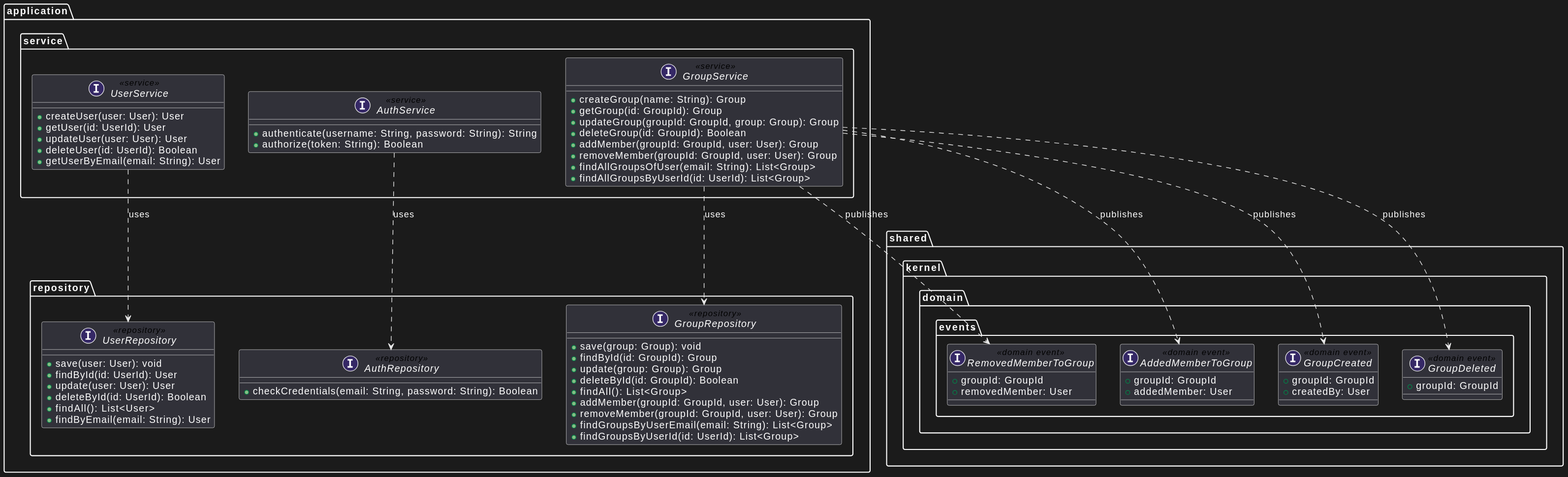
Earlier version of the PlantUML export res/user-group-service-application-dark.svg (position-pal/position-pal.github.io). Its diagram source:
```plantuml
@startuml
package application {
  package repository {
    interface UserRepository <<repository>> {
      + save(user: User): void
      + findById(id: UserId): User
      + update(user: User): User
      + deleteById(id: UserId): Boolean
      + findAll(): List<User>
      + findByEmail(email: String): User
    }
    interface GroupRepository <<repository>> {
      + save(group: Group): void
      + findById(id: GroupId): Group
      + update(group: Group): Group
      + deleteById(id: GroupId): Boolean
      + findAll(): List<Group>
      + addMember(groupId: GroupId, user: User): Group
      + removeMember(groupId: GroupId, user: User): Group
      + findGroupsByUserEmail(email: String): List<Group>
      + findGroupsByUserId(id: UserId): List<Group>
    }
    interface AuthRepository <<repository>> {
      + checkCredentials(email: String, password: String): Boolean
    }
  }

  package service {
    interface UserService <<service>> {
      + createUser(user: User): User
      + getUser(id: UserId): User
      + updateUser(user: User): User
      + deleteUser(id: UserId): Boolean
      + getUserByEmail(email: String): User
    }
    interface GroupService <<service>> {
      + createGroup(name: String): Group
      + getGroup(id: GroupId): Group
      + updateGroup(groupId: GroupId, group: Group): Group
      + deleteGroup(id: GroupId): Boolean
      + addMember(groupId: GroupId, user: User): Group
      + removeMember(groupId: GroupId, user: User): Group
      + findAllGroupsOfUser(email: String): List<Group>
      + findAllGroupsByUserId(id: UserId): List<Group>
    }
    interface AuthService <<service>> {
      + authenticate(username: String, password: String): String
      + authorize(token: String): Boolean
    }
  }
}

package shared.kernel.domain.events {
    interface AddedMemberToGroup <<domain event>> {
        + groupId: GroupId
        + addedMember: User
    }
    interface GroupCreated <<domain event>> {
        + groupId: GroupId
        + createdBy: User
    }
    interface GroupDeleted <<domain event>> {
        + groupId: GroupId
    }
    interface RemovedMemberToGroup <<domain event>> {
        + groupId: GroupId
        + removedMember: User
    }
}

  application.service.UserService ..> application.repository.UserRepository : uses
  application.service.GroupService ..> application.repository.GroupRepository : uses
  application.service.AuthService ..> application.repository.AuthRepository : uses
  application.service.GroupService ..> shared.kernel.domain.events.GroupDeleted : publishes
  application.service.GroupService ..> shared.kernel.domain.events.GroupCreated : publishes
  application.service.GroupService ..> shared.kernel.domain.events.AddedMemberToGroup : publishes
  application.service.GroupService ..> shared.kernel.domain.events.RemovedMemberToGroup : publishes
@enduml
```
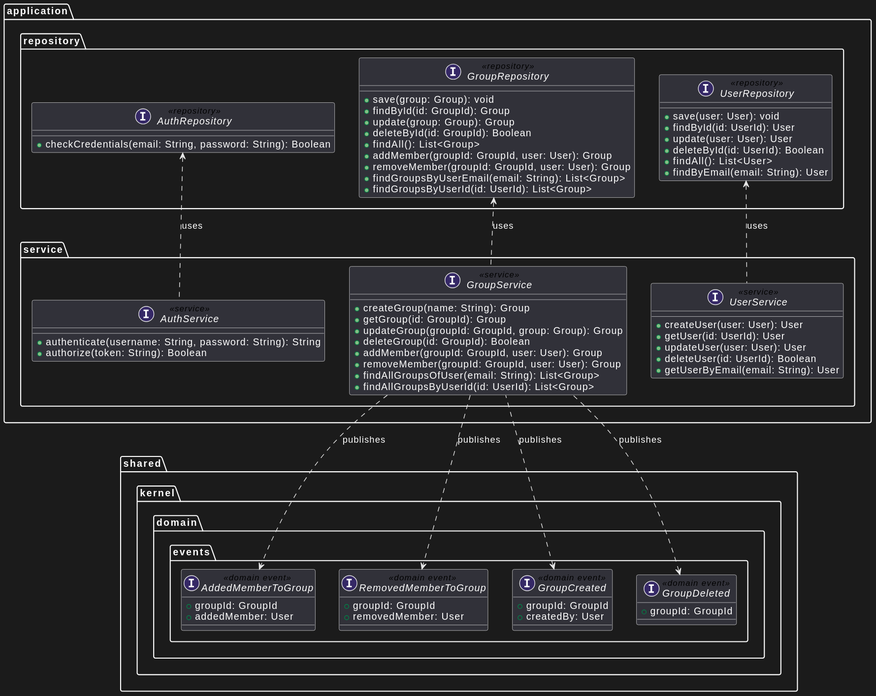
The same file after the commit.

What changed in the source:
```diff
@@ -68,11 +68,11 @@
     }
 }
 
-  application.service.UserService ..> application.repository.UserRepository : uses
-  application.service.GroupService ..> application.repository.GroupRepository : uses
-  application.service.AuthService ..> application.repository.AuthRepository : uses
-  application.service.GroupService ..> shared.kernel.domain.events.GroupDeleted : publishes
-  application.service.GroupService ..> shared.kernel.domain.events.GroupCreated : publishes
+  application.service.UserService .up.> application.repository.UserRepository : uses
+  application.service.GroupService .up.> application.repository.GroupRepository : uses
+  application.service.AuthService .up.> application.repository.AuthRepository : uses
+  application.service.GroupService .up.> shared.kernel.domain.events.GroupDeleted : publishes
+  application.service.GroupService .up.> shared.kernel.domain.events.GroupCreated : publishes
   application.service.GroupService ..> shared.kernel.domain.events.AddedMemberToGroup : publishes
   application.service.GroupService ..> shared.kernel.domain.events.RemovedMemberToGroup : publishes
 @enduml
```
